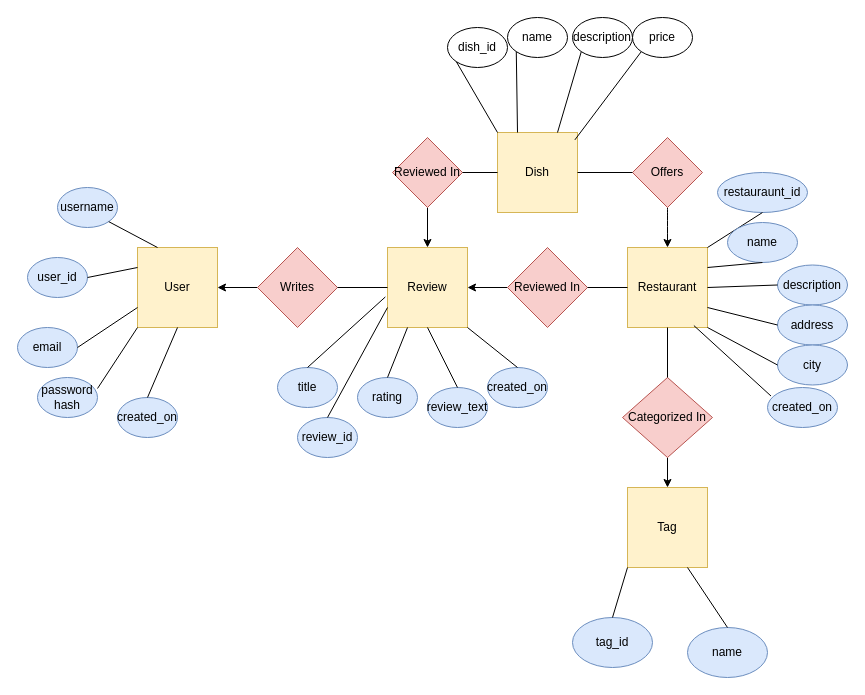
Earlier version of the draw.io diagram diagrams/ERD.drawio (milesrose13/VictoriaEats). Source tidied: cells renumbered, new cells numbered last; positions are measured from the earlier drawing's top-left corner, leaving out a move shared by most shapes. Both pictures are drawn from the tidied source at 100%, with x=0, y=0 at pixel (17, 17).
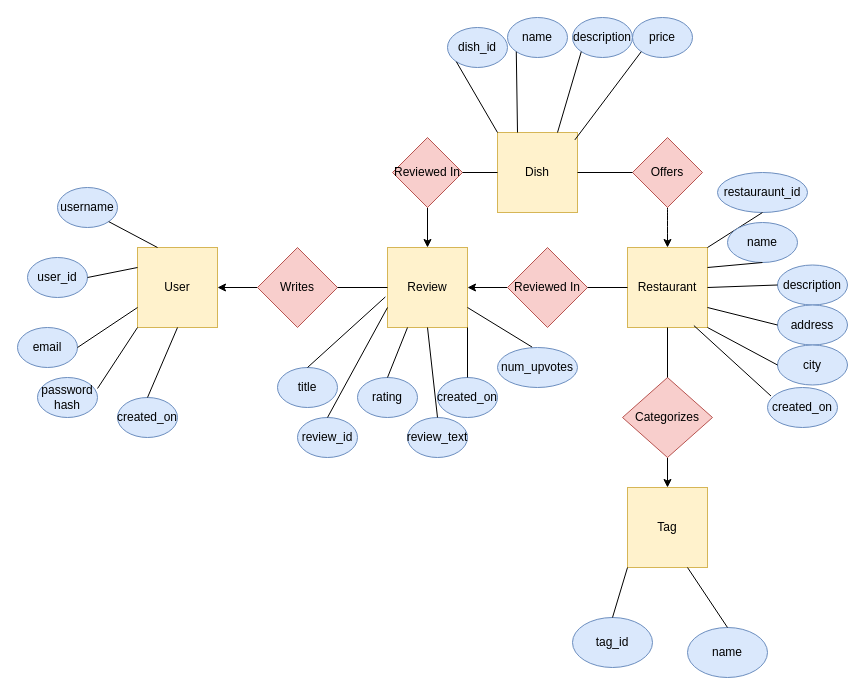
The same page after the edit.

Unchanged cells that the change refers to:
```xml
<mxCell id="3" value="Review" style="whiteSpace=wrap;html=1;fillColor=#fff2cc;strokeColor=#d6b656;" parent="1" vertex="1">
  <mxGeometry x="370" y="230" width="80" height="80" as="geometry" />
</mxCell>
```

The edit, as a diff of the source:
```diff
@@
-    <mxCell id="11" value="Categorized In" style="rhombus;whiteSpace=wrap;html=1;fillColor=#f8cecc;strokeColor=#b85450;" parent="1" vertex="1">
+    <mxCell id="11" value="Categorizes" style="rhombus;whiteSpace=wrap;html=1;fillColor=#f8cecc;strokeColor=#b85450;" parent="1" vertex="1">
       <mxGeometry x="605" y="360" width="90" height="80" as="geometry" />
     </mxCell>
@@
     <mxCell id="36" value="review_text" style="ellipse;whiteSpace=wrap;html=1;fillColor=#dae8fc;strokeColor=#6c8ebf;" parent="1" vertex="1">
-      <mxGeometry x="410" y="370" width="60" height="40" as="geometry" />
+      <mxGeometry x="390" y="400" width="60" height="40" as="geometry" />
     </mxCell>
@@
     <mxCell id="38" value="created_on" style="ellipse;whiteSpace=wrap;html=1;fillColor=#dae8fc;strokeColor=#6c8ebf;" parent="1" vertex="1">
-      <mxGeometry x="470" y="350" width="60" height="40" as="geometry" />
+      <mxGeometry x="420" y="360" width="60" height="40" as="geometry" />
     </mxCell>
@@
-    <mxCell id="40" value="dish_id" style="ellipse;whiteSpace=wrap;html=1;" parent="1" vertex="1">
+    <mxCell id="40" value="dish_id" style="ellipse;whiteSpace=wrap;html=1;fillColor=#dae8fc;strokeColor=#6c8ebf;" parent="1" vertex="1">
       <mxGeometry x="430" y="10" width="60" height="40" as="geometry" />
     </mxCell>
@@
-    <mxCell id="44" value="name" style="ellipse;whiteSpace=wrap;html=1;" parent="1" vertex="1">
+    <mxCell id="44" value="name" style="ellipse;whiteSpace=wrap;html=1;fillColor=#dae8fc;strokeColor=#6c8ebf;" parent="1" vertex="1">
       <mxGeometry x="490" width="60" height="40" as="geometry" />
     </mxCell>
@@
-    <mxCell id="46" value="description" style="ellipse;whiteSpace=wrap;html=1;" parent="1" vertex="1">
+    <mxCell id="46" value="description" style="ellipse;whiteSpace=wrap;html=1;fillColor=#dae8fc;strokeColor=#6c8ebf;" parent="1" vertex="1">
       <mxGeometry x="555" width="60" height="40" as="geometry" />
     </mxCell>
@@
-    <mxCell id="48" value="price" style="ellipse;whiteSpace=wrap;html=1;" parent="1" vertex="1">
+    <mxCell id="48" value="price" style="ellipse;whiteSpace=wrap;html=1;fillColor=#dae8fc;strokeColor=#6c8ebf;" parent="1" vertex="1">
       <mxGeometry x="615" width="60" height="40" as="geometry" />
     </mxCell>
@@
+    <mxCell id="66" value="num_upvotes" style="ellipse;whiteSpace=wrap;html=1;fillColor=#dae8fc;strokeColor=#6c8ebf;" parent="1" vertex="1">
+      <mxGeometry x="480" y="330" width="80" height="40" as="geometry" />
+    </mxCell>
+    <mxCell id="67" style="endArrow=none;html=1;rounded=0;entryX=1;entryY=0.75;entryDx=0;entryDy=0;exitX=0.433;exitY=-0.01;exitDx=0;exitDy=0;exitPerimeter=0;" parent="1" edge="1" source="66" target="3">
+      <mxGeometry relative="1" as="geometry" />
+    </mxCell>
```
